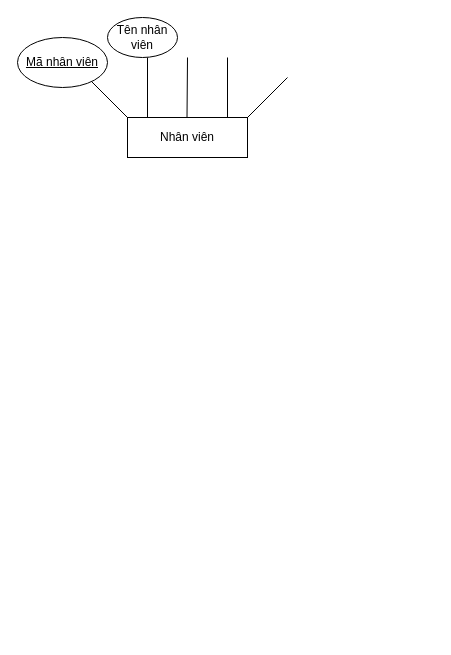
DoanDucHoang/HoangDoan keeps this draw.io diagram as Untitled Diagram.drawio. Above is the earlier version. Source tidied: cells renumbered, new cells numbered last; positions are measured from the earlier drawing's top-left corner, leaving out a move shared by most shapes. Both pictures are drawn from the tidied source at 100%, with x=0, y=0 at pixel (17, 17).
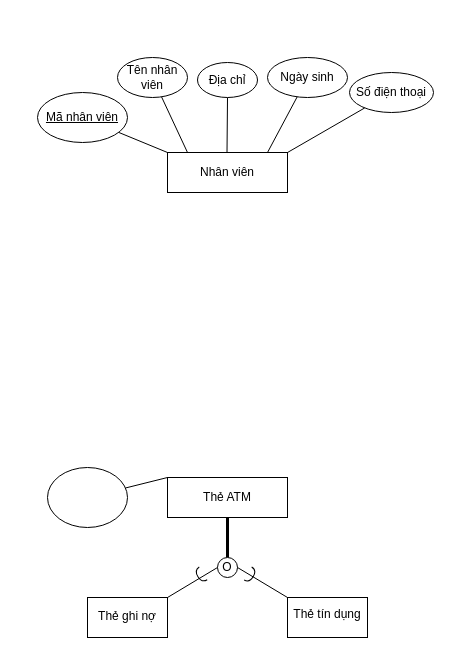
The same page after the edit.

The edit, as a diff of the source:
```diff
@@
+    <mxCell id="10" value="Thẻ ATM" style="rounded=0;whiteSpace=wrap;html=1;" parent="1" vertex="1">
+      <mxGeometry x="150" y="460" width="120" height="40" as="geometry" />
+    </mxCell>
+    <mxCell id="11" style="group;" parent="1" vertex="1">
+      <mxGeometry x="20" y="40" width="396" height="135" as="geometry" />
+    </mxCell>
-    <mxCell id="2" value="Nhân viên" style="rounded=0;whiteSpace=wrap;html=1;" parent="1" vertex="1">
-      <mxGeometry x="110" y="100" width="120" height="40" as="geometry" />
+    <mxCell id="2" value="Nhân viên" style="rounded=0;whiteSpace=wrap;html=1;" parent="11" vertex="1">
+      <mxGeometry x="130" y="95" width="120" height="40" as="geometry" />
     </mxCell>
-    <mxCell id="3" style="endArrow=none;html=1;" parent="1" edge="1">
-      <mxGeometry relative="1" as="geometry">
-        <mxPoint x="110" y="100" as="sourcePoint" />
-        <mxPoint x="70" y="60" as="targetPoint" />
+    <mxCell id="3" style="endArrow=none;html=1;" parent="11" edge="1" target="8">
+      <mxGeometry x="20" y="-5" as="geometry">
+        <mxPoint x="130" y="95" as="sourcePoint" />
       </mxGeometry>
     </mxCell>
-    <mxCell id="4" style="endArrow=none;html=1;" parent="1" edge="1">
-      <mxGeometry relative="1" as="geometry">
-        <mxPoint x="130" y="100" as="sourcePoint" />
-        <mxPoint x="130" y="40" as="targetPoint" />
+    <mxCell id="4" style="endArrow=none;html=1;" parent="11" edge="1" target="9">
+      <mxGeometry x="20" y="-5" as="geometry">
+        <mxPoint x="150" y="95" as="sourcePoint" />
       </mxGeometry>
     </mxCell>
-    <mxCell id="5" style="endArrow=none;html=1;" parent="1" edge="1">
-      <mxGeometry relative="1" as="geometry">
-        <mxPoint x="169.5" y="100" as="sourcePoint" />
-        <mxPoint x="170" y="40" as="targetPoint" />
+    <mxCell id="5" style="endArrow=none;html=1;" parent="11" edge="1" target="12">
+      <mxGeometry x="20" y="-5" as="geometry">
+        <mxPoint x="189.5" y="95" as="sourcePoint" />
       </mxGeometry>
     </mxCell>
-    <mxCell id="6" style="endArrow=none;html=1;" parent="1" edge="1">
-      <mxGeometry relative="1" as="geometry">
-        <mxPoint x="210" y="100" as="sourcePoint" />
-        <mxPoint x="210" y="40" as="targetPoint" />
+    <mxCell id="6" style="endArrow=none;html=1;" parent="11" edge="1" target="13">
+      <mxGeometry x="20" y="-5" as="geometry">
+        <mxPoint x="230" y="95" as="sourcePoint" />
       </mxGeometry>
     </mxCell>
-    <mxCell id="7" style="endArrow=none;html=1;" parent="1" edge="1">
-      <mxGeometry relative="1" as="geometry">
-        <mxPoint x="230" y="100" as="sourcePoint" />
-        <mxPoint x="270" y="60" as="targetPoint" />
+    <mxCell id="7" style="endArrow=none;html=1;" parent="11" edge="1" target="14">
+      <mxGeometry x="20" y="-5" as="geometry">
+        <mxPoint x="250" y="95" as="sourcePoint" />
       </mxGeometry>
     </mxCell>
-    <mxCell id="8" value="Mã nhân viên" style="ellipse;whiteSpace=wrap;html=1;fontStyle=4;" parent="1" vertex="1">
-      <mxGeometry y="20" width="90" height="50" as="geometry" />
+    <mxCell id="8" value="Mã nhân viên" style="ellipse;whiteSpace=wrap;html=1;fontStyle=4;" parent="11" vertex="1">
+      <mxGeometry y="35" width="90" height="50" as="geometry" />
     </mxCell>
-    <mxCell id="9" value="Tên nhân viên" style="ellipse;whiteSpace=wrap;html=1;" parent="1" vertex="1">
-      <mxGeometry x="90" width="70" height="40" as="geometry" />
+    <mxCell id="9" value="Tên nhân viên" style="ellipse;whiteSpace=wrap;html=1;" parent="11" vertex="1">
+      <mxGeometry x="80" width="70" height="40" as="geometry" />
     </mxCell>
+    <mxCell id="12" value="Địa chỉ" style="ellipse;whiteSpace=wrap;html=1;" parent="11" vertex="1">
+      <mxGeometry x="160" y="5" width="60" height="35" as="geometry" />
+    </mxCell>
+    <mxCell id="13" value="Ngày sinh" style="ellipse;whiteSpace=wrap;html=1;" parent="11" vertex="1">
+      <mxGeometry x="230" width="80" height="40" as="geometry" />
+    </mxCell>
+    <mxCell id="14" value="Số điện thoại" style="ellipse;whiteSpace=wrap;html=1;" parent="11" vertex="1">
+      <mxGeometry x="312" y="15" width="84" height="40" as="geometry" />
+    </mxCell>
+    <mxCell id="15" style="endArrow=none;html=1;strokeWidth=3;" parent="1" edge="1" source="16">
+      <mxGeometry relative="1" as="geometry">
+        <mxPoint x="210" y="500" as="targetPoint" />
+      </mxGeometry>
+    </mxCell>
+    <mxCell id="16" value="O" style="ellipse;whiteSpace=wrap;html=1;" parent="1" vertex="1">
+      <mxGeometry x="200" y="540" width="20" height="20" as="geometry" />
+    </mxCell>
+    <mxCell id="17" style="endArrow=none;html=1;strokeWidth=1;exitX=1;exitY=0.5;exitDx=0;exitDy=0;" parent="1" edge="1" source="16">
+      <mxGeometry x="270" y="585" as="geometry">
+        <mxPoint x="270" y="580" as="targetPoint" />
+      </mxGeometry>
+    </mxCell>
+    <mxCell id="18" style="endArrow=none;html=1;strokeWidth=1;exitX=0;exitY=0.5;exitDx=0;exitDy=0;" parent="1" edge="1" source="16">
+      <mxGeometry x="200" y="595.6" as="geometry">
+        <mxPoint x="150" y="580" as="targetPoint" />
+      </mxGeometry>
+    </mxCell>
+    <mxCell id="19" style="shape=requiredInterface;html=1;verticalLabelPosition=bottom;rotation=-212;" parent="1" vertex="1">
+      <mxGeometry x="180" y="550" width="6.2" height="15" as="geometry" />
+    </mxCell>
+    <mxCell id="20" style="shape=requiredInterface;html=1;verticalLabelPosition=bottom;rotation=30;horizontal=0;verticalAlign=bottom;direction=east;flipH=0;flipV=1;" parent="1" vertex="1">
+      <mxGeometry x="230" y="550" width="6.2" height="15" as="geometry" />
+    </mxCell>
+    <mxCell id="21" value="&lt;p style=&quot;line-height: 110%&quot;&gt;Thẻ ghi nợ&lt;/p&gt;" style="rounded=0;whiteSpace=wrap;html=1;verticalAlign=bottom;" parent="1" vertex="1">
+      <mxGeometry x="70" y="580" width="80" height="40" as="geometry" />
+    </mxCell>
+    <mxCell id="22" value="&lt;p style=&quot;line-height: 130%&quot;&gt;Thẻ tín dụng&lt;/p&gt;" style="rounded=0;whiteSpace=wrap;html=1;verticalAlign=bottom;" parent="1" vertex="1">
+      <mxGeometry x="270" y="580" width="80" height="40" as="geometry" />
+    </mxCell>
+    <mxCell id="23" style="endArrow=none;html=1;strokeWidth=1;" parent="1" edge="1" target="24">
+      <mxGeometry relative="1" as="geometry">
+        <mxPoint x="150" y="460" as="sourcePoint" />
+      </mxGeometry>
+    </mxCell>
+    <mxCell id="24" style="ellipse;whiteSpace=wrap;html=1;verticalAlign=bottom;" parent="1" vertex="1">
+      <mxGeometry x="30" y="450" width="80" height="60" as="geometry" />
+    </mxCell>
```
